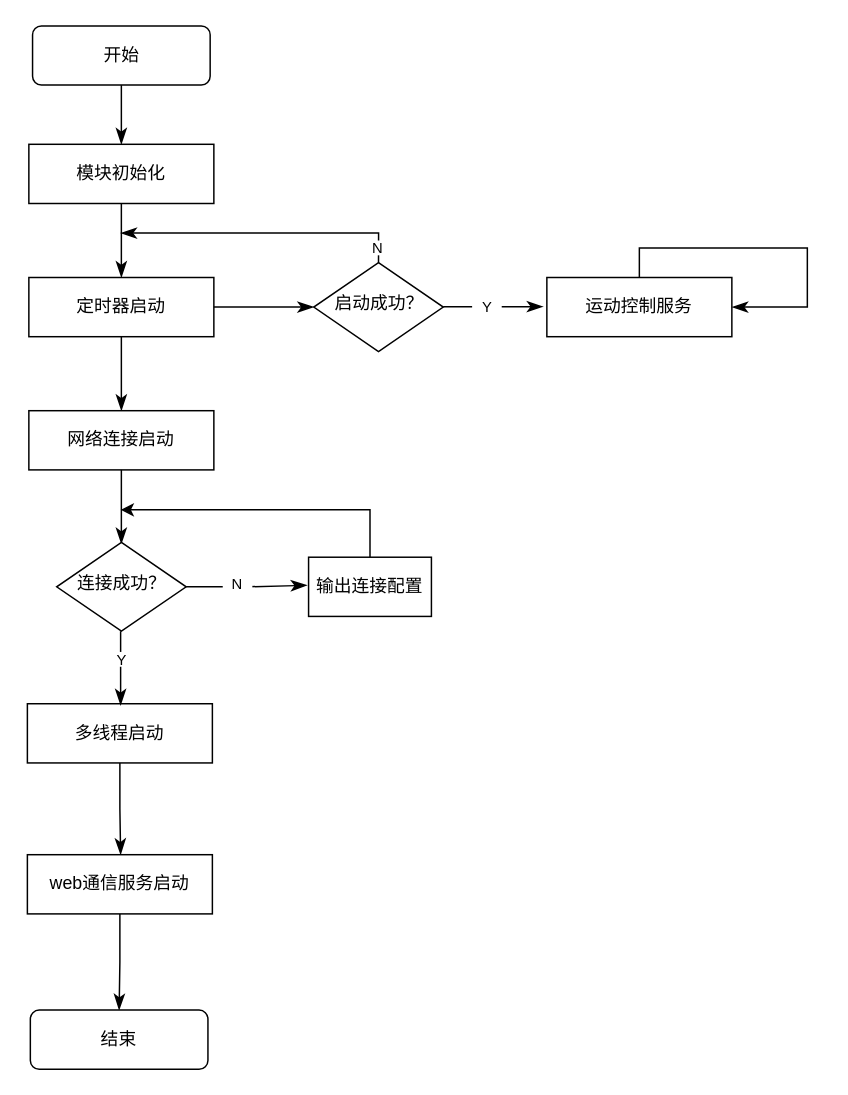
This is 图4.8mainpy文件.drawio from KAZAMA-DREAM/picture, a draw.io file, before an edit. Source tidied: cells renumbered, new cells numbered last; positions are measured from the earlier drawing's top-left corner, leaving out a move shared by most shapes. Both pictures are drawn from the tidied source at 148%, with x=0, y=0 at pixel (27, 25).
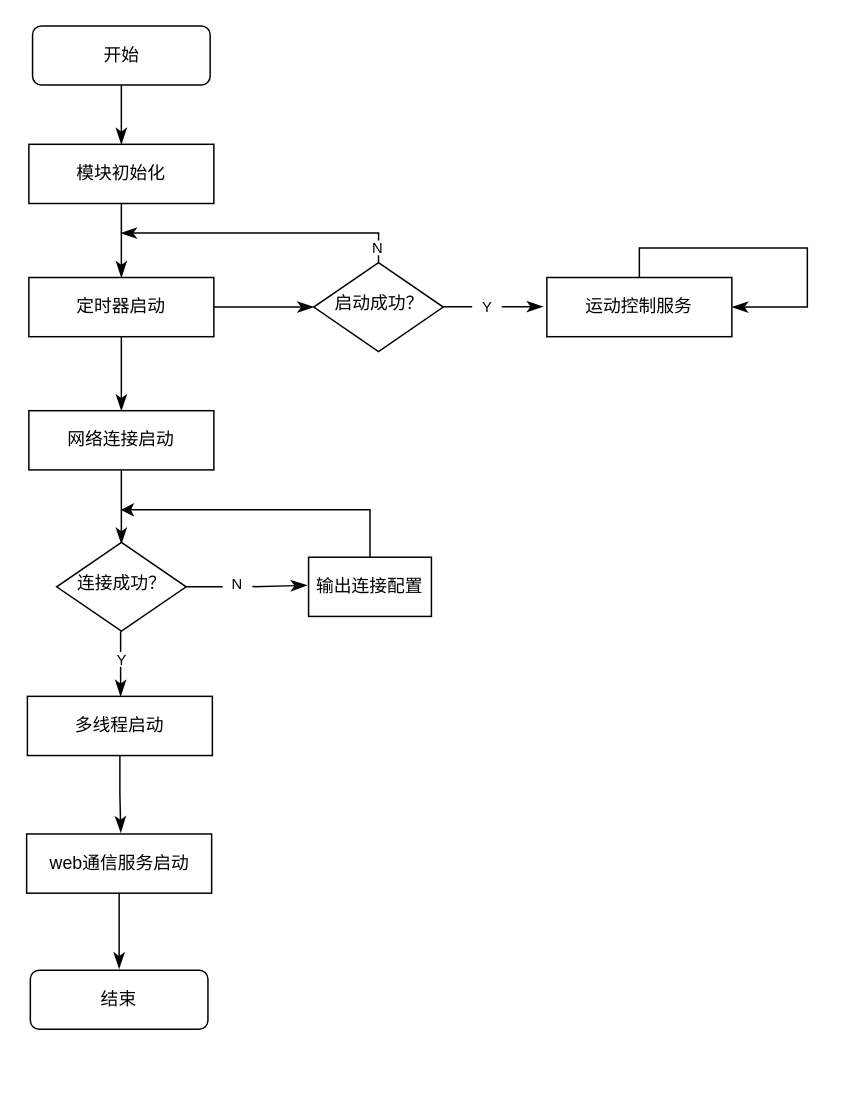
Above is the later version.

Commit message (it also covers changes not shown here):
更新图4.8mainpy文件.drawio

Diff of the diagram source:
```diff
@@
     <mxCell id="10" value="多线程启动" style="rounded=0;whiteSpace=wrap;html=1;" parent="1" vertex="1">
-      <mxGeometry y="458" width="125" height="40" as="geometry" />
+      <mxGeometry y="453" width="125" height="40" as="geometry" />
     </mxCell>
@@
-    <mxCell id="13" style="rounded=0;html=1;jettySize=auto;fontSize=11;endArrow=classicThin;endFill=1;endSize=8;strokeWidth=1;shadow=0;labelBackgroundColor=none;edgeStyle=orthogonalEdgeStyle;exitX=0.5;exitY=1;exitDx=0;exitDy=0;" parent="1" edge="1" source="10">
-      <mxGeometry relative="1" as="geometry">
-        <mxPoint x="63" y="560" as="targetPoint" />
-        <Array as="points">
-          <mxPoint x="62" y="529" />
-          <mxPoint x="63" y="529" />
-        </Array>
-      </mxGeometry>
-    </mxCell>
@@
     <mxCell id="22" style="rounded=0;html=1;jettySize=auto;orthogonalLoop=1;fontSize=11;endArrow=classicThin;endFill=1;endSize=8;strokeWidth=1;shadow=0;labelBackgroundColor=none;edgeStyle=orthogonalEdgeStyle;exitX=0.5;exitY=1;exitDx=0;exitDy=0;" parent="1" edge="1">
       <mxGeometry relative="1" as="geometry">
         <mxPoint x="63" y="409" as="sourcePoint" />
-        <mxPoint x="63" y="459" as="targetPoint" />
+        <mxPoint x="63" y="453" as="targetPoint" />
       </mxGeometry>
     </mxCell>
@@
     <mxCell id="27" value="web通信服务启动" style="rounded=0;whiteSpace=wrap;html=1;" parent="1" vertex="1">
-      <mxGeometry y="560" width="125" height="40" as="geometry" />
+      <mxGeometry x="-0.5" y="546" width="125" height="40" as="geometry" />
     </mxCell>
-    <mxCell id="28" style="rounded=0;html=1;jettySize=auto;fontSize=11;endArrow=classicThin;endFill=1;endSize=8;strokeWidth=1;shadow=0;labelBackgroundColor=none;edgeStyle=orthogonalEdgeStyle;exitX=0.5;exitY=1;exitDx=0;exitDy=0;entryX=0.5;entryY=0;entryDx=0;entryDy=0;" parent="1" edge="1" source="27" target="29">
-      <mxGeometry relative="1" as="geometry" />
+    <mxCell id="28" style="rounded=0;html=1;jettySize=auto;fontSize=11;endArrow=classicThin;endFill=1;endSize=8;strokeWidth=1;shadow=0;labelBackgroundColor=none;edgeStyle=orthogonalEdgeStyle;exitX=0.5;exitY=1;exitDx=0;exitDy=0;" parent="1" edge="1" source="27">
+      <mxGeometry relative="1" as="geometry">
+        <mxPoint x="62" y="637" as="targetPoint" />
+      </mxGeometry>
     </mxCell>
     <mxCell id="29" value="结束" style="rounded=1;whiteSpace=wrap;html=1;fontSize=12;glass=0;strokeWidth=1;shadow=0;" parent="1" vertex="1">
-      <mxGeometry x="2" y="665" width="120" height="40" as="geometry" />
+      <mxGeometry x="2" y="638" width="120" height="40" as="geometry" />
     </mxCell>
+    <mxCell id="30" style="rounded=0;html=1;jettySize=auto;fontSize=11;endArrow=classicThin;endFill=1;endSize=8;strokeWidth=1;shadow=0;labelBackgroundColor=none;edgeStyle=orthogonalEdgeStyle;exitX=0.5;exitY=1;exitDx=0;exitDy=0;" parent="1" edge="1" source="10">
+      <mxGeometry relative="1" as="geometry">
+        <mxPoint x="63.1" y="545" as="targetPoint" />
+        <Array as="points">
+          <mxPoint x="63" y="519" />
+          <mxPoint x="63" y="519" />
+        </Array>
+      </mxGeometry>
+    </mxCell>
```
